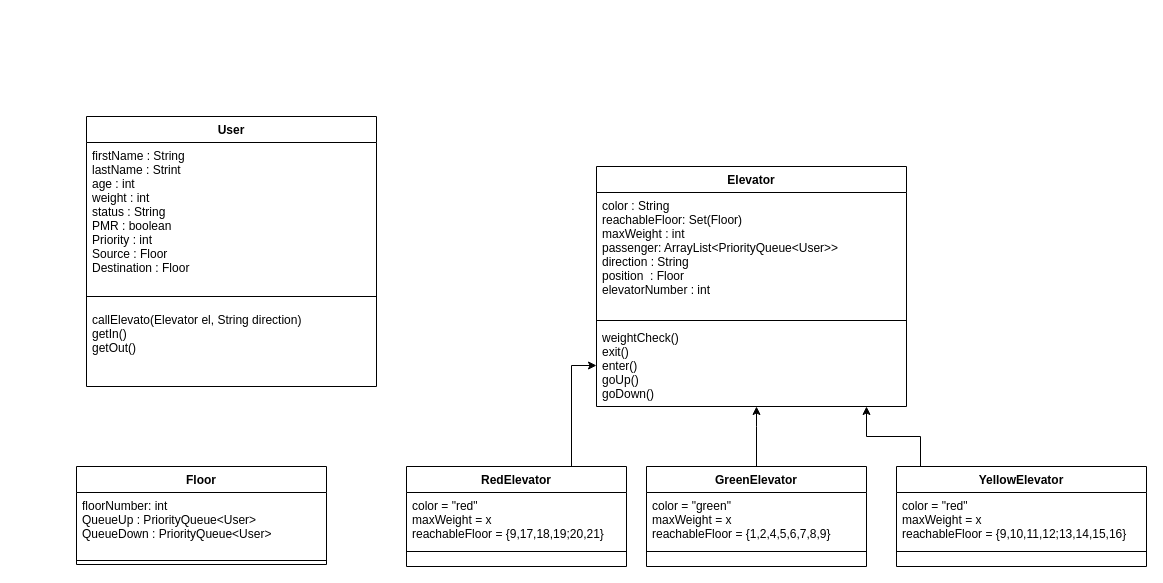
Earlier version of the draw.io diagram Untitled Diagram.drawio (da-ekchajzer/POO_Ascenseur). Source tidied: cells renumbered, new cells numbered last; positions are measured from the earlier drawing's top-left corner, leaving out a move shared by most shapes. Both pictures are drawn from the tidied source at 100%, with x=0, y=0 at pixel (76, 116).
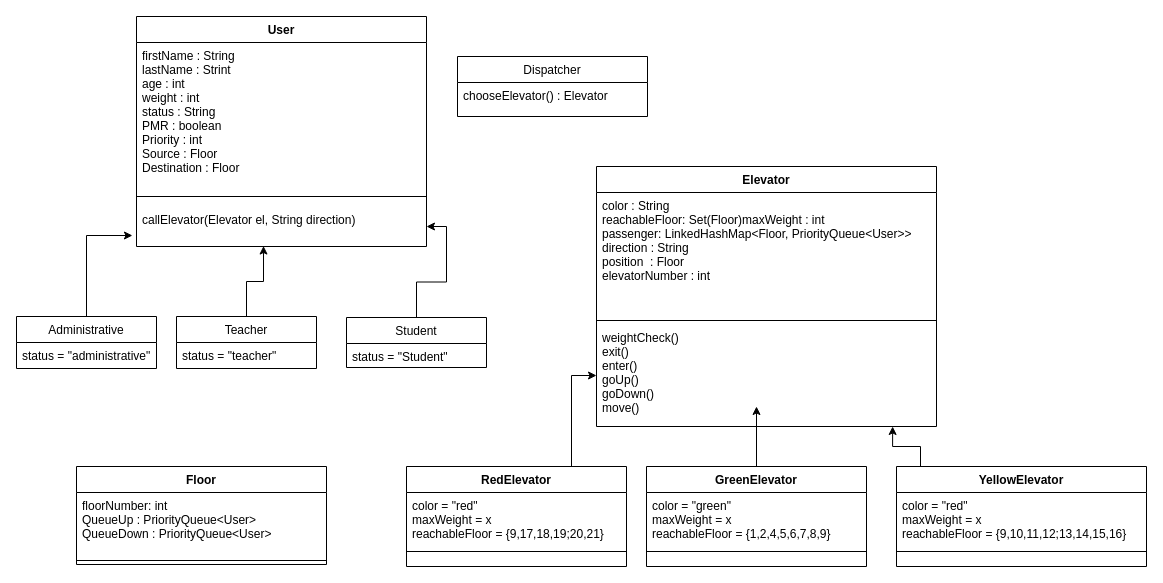
The same page after the edit.

The edit, as a diff of the source:
```diff
@@
     <mxCell id="2" value="User" style="swimlane;fontStyle=1;align=center;verticalAlign=top;horizontal=1;startSize=26;" parent="1" vertex="1">
-      <mxGeometry x="10" width="290" height="270" as="geometry" />
+      <mxGeometry x="60" y="-100" width="290" height="230" as="geometry" />
     </mxCell>
@@
-    <mxCell id="5" value="callElevato(Elevator el, String direction)&#10;getIn()&#10;getOut()&#10;&#10;&#10;" style="text;strokeColor=none;fillColor=none;align=left;verticalAlign=top;spacingLeft=4;spacingRight=4;overflow=hidden;points=[[0,0.5],[1,0.5]];portConstraint=eastwest;" parent="2" vertex="1">
-      <mxGeometry y="190" width="290" height="80" as="geometry" />
+    <mxCell id="5" value="callElevator(Elevator el, String direction)&#10;&#10;&#10;&#10;&#10;" style="text;strokeColor=none;fillColor=none;align=left;verticalAlign=top;spacingLeft=4;spacingRight=4;overflow=hidden;points=[[0,0.5],[1,0.5]];portConstraint=eastwest;" parent="2" vertex="1">
+      <mxGeometry y="190" width="290" height="40" as="geometry" />
     </mxCell>
     <mxCell id="6" value="Elevator" style="swimlane;fontStyle=1;align=center;verticalAlign=top;horizontal=1;startSize=26;" parent="1" vertex="1">
-      <mxGeometry x="520" y="50" width="310" height="240" as="geometry" />
+      <mxGeometry x="520" y="50" width="340" height="260" as="geometry" />
     </mxCell>
-    <mxCell id="7" value="color : String&#10;reachableFloor: Set(Floor)&#10;maxWeight : int&#10;passenger: ArrayList&lt;PriorityQueue&lt;User&gt;&gt;&#10;direction : String&#10;position  : Floor&#10;elevatorNumber : int&#10;&#10;&#10;" style="text;strokeColor=none;fillColor=none;align=left;verticalAlign=top;spacingLeft=4;spacingRight=4;overflow=hidden;" parent="6" vertex="1">
-      <mxGeometry y="26" width="310" height="124" as="geometry" />
+    <mxCell id="7" value="color : String&#10;reachableFloor: Set(Floor)maxWeight : int&#10;passenger: LinkedHashMap&lt;Floor, PriorityQueue&lt;User&gt;&gt;&#10;direction : String&#10;position  : Floor&#10;elevatorNumber : int&#10;&#10;&#10;" style="text;strokeColor=none;fillColor=none;align=left;verticalAlign=top;spacingLeft=4;spacingRight=4;overflow=hidden;" parent="6" vertex="1">
+      <mxGeometry y="26" width="340" height="124" as="geometry" />
     </mxCell>
     <mxCell id="8" style="line;strokeWidth=1;fillColor=none;align=left;verticalAlign=middle;spacingTop=-1;spacingLeft=3;spacingRight=3;labelPosition=right;" parent="6" vertex="1">
-      <mxGeometry y="150" width="310" height="8" as="geometry" />
+      <mxGeometry y="150" width="340" height="8" as="geometry" />
     </mxCell>
-    <mxCell id="9" value="weightCheck()&#10;exit()&#10;enter()&#10;goUp()&#10;goDown()&#10;" style="text;strokeColor=none;fillColor=none;align=left;verticalAlign=top;spacingLeft=4;spacingRight=4;overflow=hidden;points=[[0,0.5],[1,0.5]];portConstraint=eastwest;" parent="6" vertex="1">
-      <mxGeometry y="158" width="310" height="82" as="geometry" />
+    <mxCell id="9" value="weightCheck()&#10;exit()&#10;enter()&#10;goUp()&#10;goDown()&#10;move()&#10;&#10;" style="text;strokeColor=none;fillColor=none;align=left;verticalAlign=top;spacingLeft=4;spacingRight=4;overflow=hidden;points=[[0,0.5],[1,0.5]];portConstraint=eastwest;" parent="6" vertex="1">
+      <mxGeometry y="158" width="340" height="102" as="geometry" />
     </mxCell>
@@
+    <mxCell id="25" style="edgeStyle=orthogonalEdgeStyle;rounded=0;jettySize=auto;html=1;entryX=0.438;entryY=0.988;entryDx=0;entryDy=0;entryPerimeter=0;" parent="1" edge="1" source="26" target="5">
+      <mxGeometry relative="1" as="geometry" />
+    </mxCell>
+    <mxCell id="26" value="Teacher" style="swimlane;fontStyle=0;horizontal=1;startSize=26;fillColor=none;" parent="1" vertex="1">
+      <mxGeometry x="100" y="200" width="140" height="52" as="geometry" />
+    </mxCell>
+    <mxCell id="27" value="status = &quot;teacher&quot;" style="text;strokeColor=none;fillColor=none;align=left;verticalAlign=top;spacingLeft=4;spacingRight=4;overflow=hidden;" parent="26" vertex="1">
+      <mxGeometry y="26" width="140" height="26" as="geometry" />
+    </mxCell>
+    <mxCell id="28" style="edgeStyle=orthogonalEdgeStyle;rounded=0;jettySize=auto;html=1;entryX=-0.014;entryY=0.725;entryDx=0;entryDy=0;entryPerimeter=0;" parent="1" edge="1" source="29" target="5">
+      <mxGeometry relative="1" as="geometry" />
+    </mxCell>
+    <mxCell id="29" value="Administrative" style="swimlane;fontStyle=0;horizontal=1;startSize=26;fillColor=none;" parent="1" vertex="1">
+      <mxGeometry x="-60" y="200" width="140" height="52" as="geometry" />
+    </mxCell>
+    <mxCell id="30" value="status = &quot;administrative&quot;" style="text;strokeColor=none;fillColor=none;align=left;verticalAlign=top;spacingLeft=4;spacingRight=4;overflow=hidden;" parent="29" vertex="1">
+      <mxGeometry y="26" width="140" height="26" as="geometry" />
+    </mxCell>
+    <mxCell id="31" style="edgeStyle=orthogonalEdgeStyle;rounded=0;jettySize=auto;html=1;" parent="1" edge="1" source="32" target="5">
+      <mxGeometry relative="1" as="geometry" />
+    </mxCell>
+    <mxCell id="32" value="Student" style="swimlane;fontStyle=0;horizontal=1;startSize=26;fillColor=none;" parent="1" vertex="1">
+      <mxGeometry x="270" y="201" width="140" height="50" as="geometry" />
+    </mxCell>
+    <mxCell id="33" value="status = &quot;Student&quot;&#10;" style="text;strokeColor=none;fillColor=none;align=left;verticalAlign=top;spacingLeft=4;spacingRight=4;overflow=hidden;" parent="32" vertex="1">
+      <mxGeometry y="26" width="140" height="24" as="geometry" />
+    </mxCell>
+    <mxCell id="34" value="Dispatcher" style="swimlane;fontStyle=0;horizontal=1;startSize=26;fillColor=none;" parent="1" vertex="1">
+      <mxGeometry x="381" y="-60" width="190" height="60" as="geometry" />
+    </mxCell>
+    <mxCell id="35" value="chooseElevator() : Elevator" style="text;strokeColor=none;fillColor=none;align=left;verticalAlign=top;spacingLeft=4;spacingRight=4;overflow=hidden;" parent="34" vertex="1">
+      <mxGeometry y="26" width="190" height="34" as="geometry" />
+    </mxCell>
```
